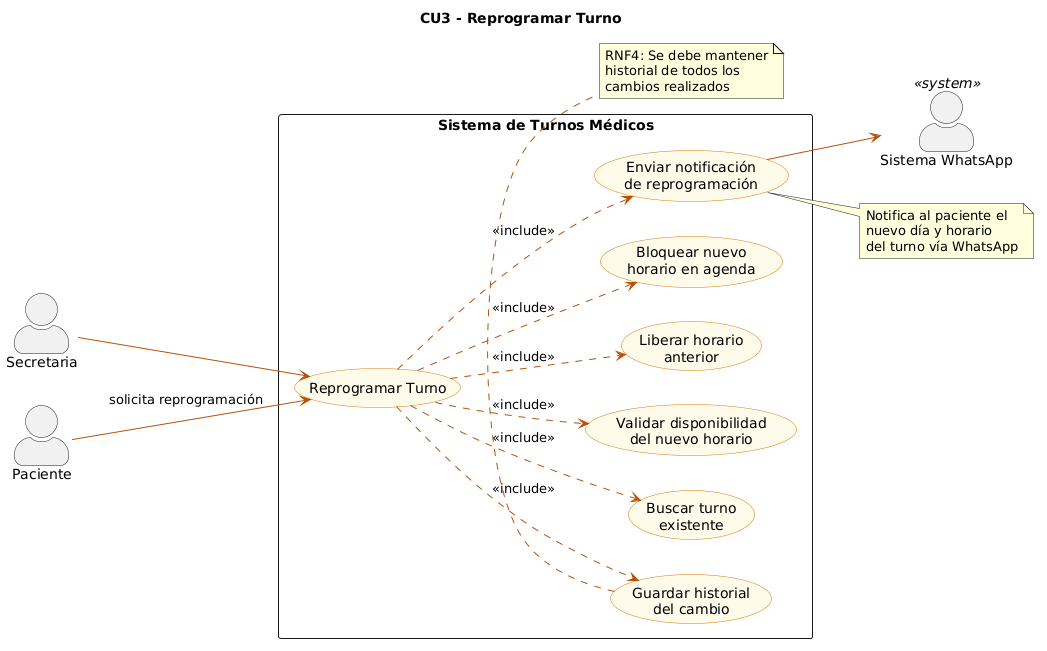
Earlier version of the PlantUML export diagramas/02-casos-de-uso/02-caso-uso-reprogramar-turno-03.png (angelgc9107-lgtm/SistemaTurnosMedicos_GP6). The source it was exported from:
```plantuml
@startuml
left to right direction
skinparam actorStyle awesome
skinparam packageStyle rectangle
skinparam usecase {
    BackgroundColor #FFFBEB
    BorderColor #D97706
    ArrowColor #B45309
}

title CU3 - Reprogramar Turno

actor "Secretaria" as SEC
actor "Paciente" as PAC
actor "Sistema WhatsApp" as WA <<system>>

rectangle "Sistema de Turnos Médicos" {

    usecase "Reprogramar Turno" as CU3

    usecase "Buscar turno\nexistente" as CU3_1
    usecase "Validar disponibilidad\ndel nuevo horario" as CU3_2
    usecase "Liberar horario\nanterior" as CU3_3
    usecase "Bloquear nuevo\nhorario en agenda" as CU3_4
    usecase "Guardar historial\ndel cambio" as CU3_5
    usecase "Enviar notificación\nde reprogramación" as CU3_6

    CU3 ..> CU3_1   : <<include>>
    CU3 ..> CU3_2   : <<include>>
    CU3 ..> CU3_3   : <<include>>
    CU3 ..> CU3_4   : <<include>>
    CU3 ..> CU3_5   : <<include>>
    CU3 ..> CU3_6   : <<include>>

}

PAC --> CU3 : solicita reprogramación
SEC --> CU3
CU3_6 --> WA

note bottom of CU3_5
  RNF4: Se debe mantener
  historial de todos los
  cambios realizados
end note

note right of CU3_6
  Notifica al paciente el
  nuevo día y horario
  del turno vía WhatsApp
end note
@enduml
```
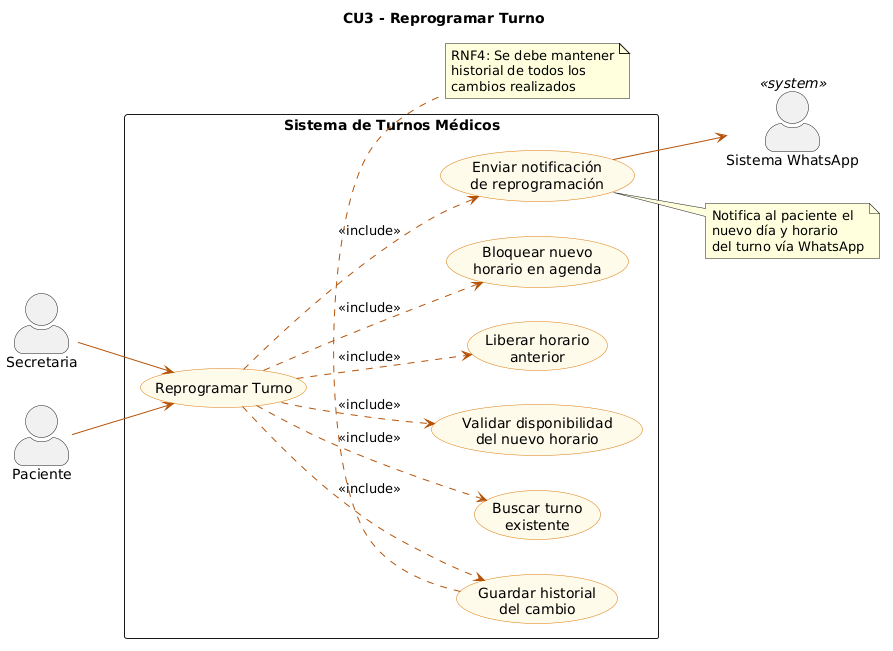
Above is the later version.

Commit message:
Commit - corrección de archivo puml & jpg de diagramas de casos de uso

Diff of the diagram source:
```diff
@@ -34,7 +34,7 @@
 
 }
 
-PAC --> CU3 : solicita reprogramación
+PAC --> CU3
 SEC --> CU3
 CU3_6 --> WA
 
```
